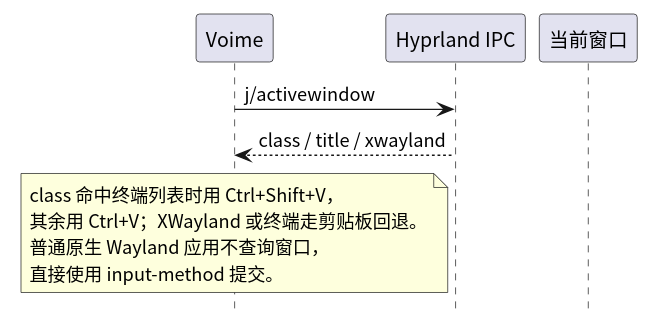
Earlier version of the PlantUML export diagram/prov-hyprland.svg (54m43lJ/voime). Source of this version:
```plantuml
@startuml
skinparam defaultFontName "Noto Sans CJK SC"
skinparam shadowing false
hide footbox

participant "Voime" as Voime
participant "Hyprland IPC" as Ipc
participant "当前窗口" as Window

Voime -> Ipc : j/activewindow
Ipc --> Voime : class / title / xwayland

note over Voime
  class 命中终端列表时用 Ctrl+Shift+V，
  其余用 Ctrl+V；XWayland 或终端走剪贴板回退。
  普通原生 Wayland 应用不查询窗口，
  直接使用 input-method 提交。
end note
@enduml
```
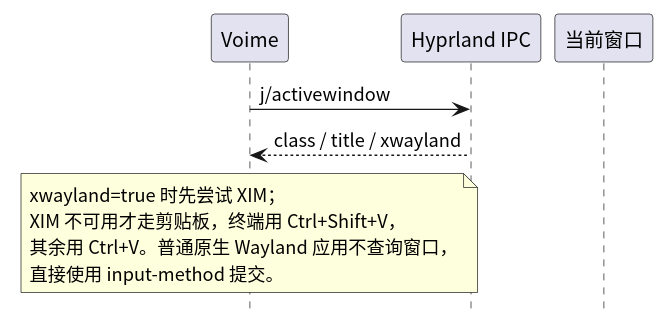
The same file after the commit.

The edit, as a diff of the source:
```diff
@@ -11,9 +11,9 @@
 Ipc --> Voime : class / title / xwayland
 
 note over Voime
-  class 命中终端列表时用 Ctrl+Shift+V，
-  其余用 Ctrl+V；XWayland 或终端走剪贴板回退。
-  普通原生 Wayland 应用不查询窗口，
+  xwayland=true 时先尝试 XIM；
+  XIM 不可用才走剪贴板，终端用 Ctrl+Shift+V，
+  其余用 Ctrl+V。普通原生 Wayland 应用不查询窗口，
   直接使用 input-method 提交。
 end note
 @enduml
```
